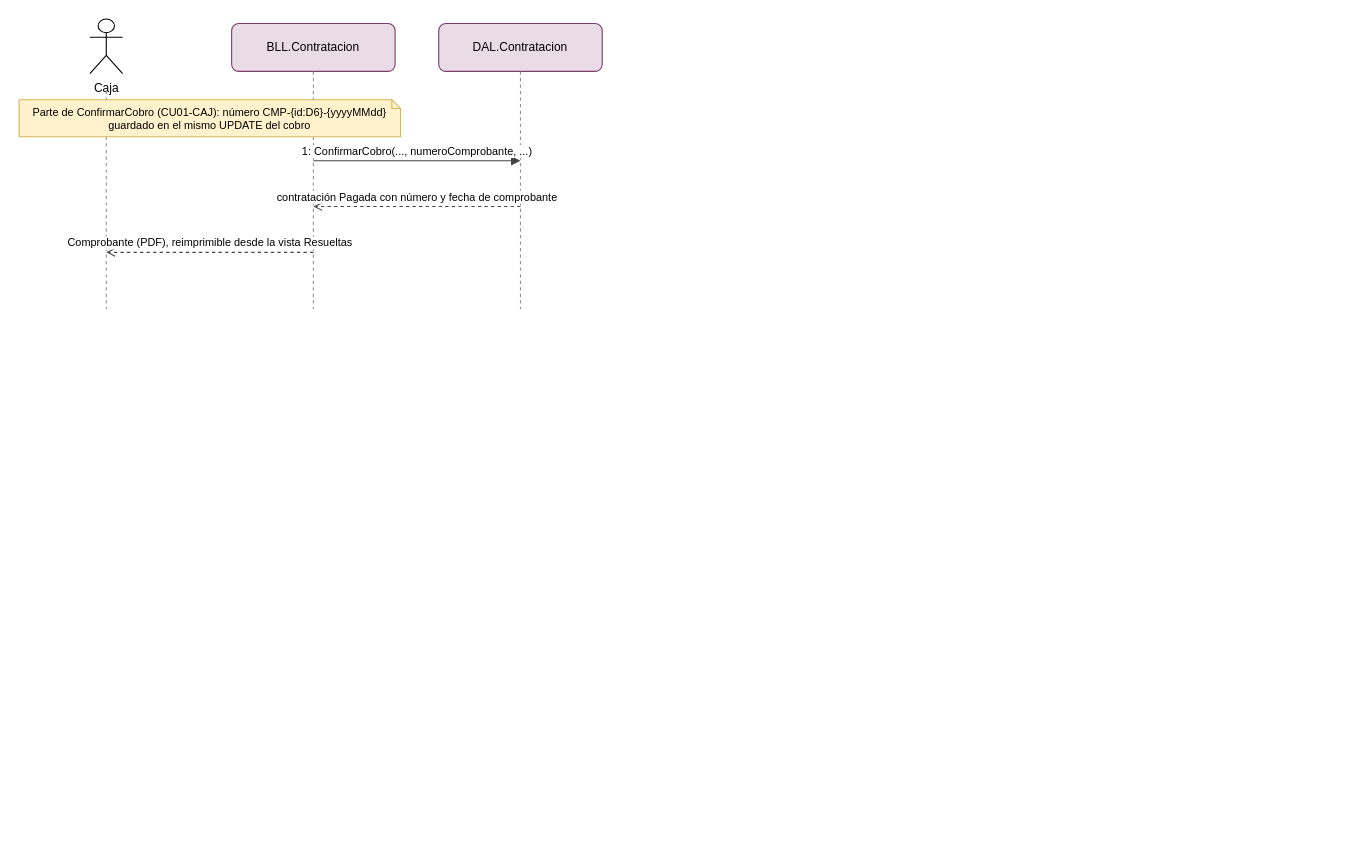
This is docs/diagramas/drawio/DSS_PN02_CU02_CAJ_EmitirComprobante.drawio from valentinamorana/Trabajo-de-Diploma, a draw.io file, before an edit. Source tidied: cells renumbered, new cells numbered last; positions are measured from the earlier drawing's top-left corner, leaving out a move shared by most shapes. Both pictures are drawn from the tidied source at 109%, with x=0, y=0 at pixel (19, 19).
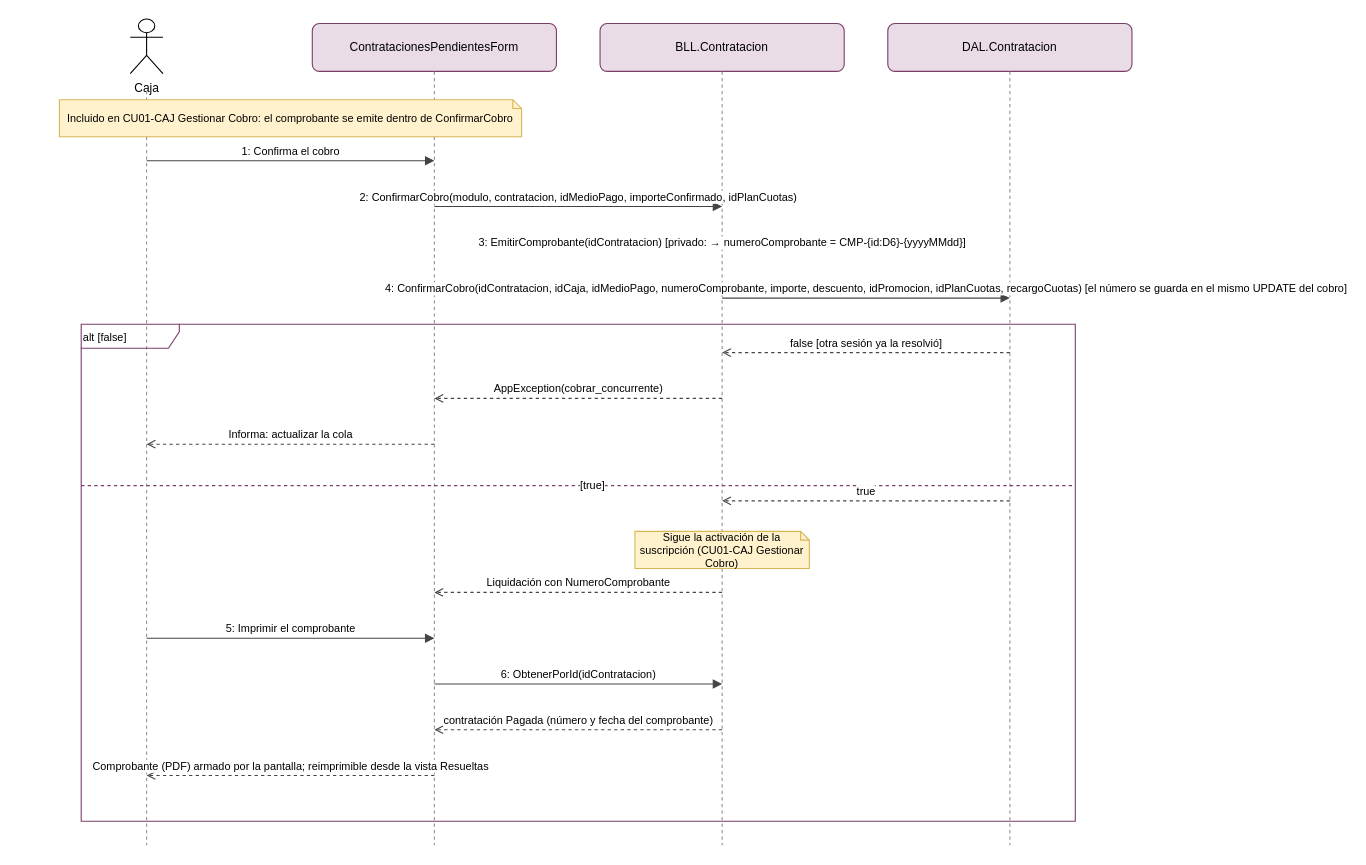
The same diagram, later.

The edit, as a diff of the source:
```diff
@@
     <mxCell id="2" value="Caja" style="shape=umlActor;verticalLabelPosition=bottom;verticalAlign=top;html=1;fontSize=11;" parent="1" vertex="1">
-      <mxGeometry x="65" width="30" height="50" as="geometry" />
+      <mxGeometry x="102" width="30" height="50" as="geometry" />
     </mxCell>
     <mxCell id="3" style="endArrow=none;dashed=1;html=1;strokeColor=#9a8a96;" parent="1" edge="1">
       <mxGeometry relative="1" as="geometry">
-        <mxPoint x="80" y="66" as="sourcePoint" />
-        <mxPoint x="80" y="266" as="targetPoint" />
+        <mxPoint x="117" y="66" as="sourcePoint" />
+        <mxPoint x="117" y="758" as="targetPoint" />
       </mxGeometry>
     </mxCell>
-    <mxCell id="4" value="BLL.Contratacion" style="rounded=1;whiteSpace=wrap;html=1;fillColor=#EADCE6;strokeColor=#7a3d68;fontSize=11;" parent="1" vertex="1">
-      <mxGeometry x="195" y="4" width="150" height="44" as="geometry" />
+    <mxCell id="4" value="ContratacionesPendientesForm" style="rounded=1;whiteSpace=wrap;html=1;fillColor=#EADCE6;strokeColor=#7a3d68;fontSize=11;" parent="1" vertex="1">
+      <mxGeometry x="269" y="4" width="224" height="44" as="geometry" />
     </mxCell>
     <mxCell id="5" style="endArrow=none;dashed=1;html=1;strokeColor=#9a8a96;" parent="1" edge="1">
       <mxGeometry relative="1" as="geometry">
-        <mxPoint x="270" y="48" as="sourcePoint" />
-        <mxPoint x="270" y="266" as="targetPoint" />
+        <mxPoint x="381" y="48" as="sourcePoint" />
+        <mxPoint x="381" y="758" as="targetPoint" />
       </mxGeometry>
     </mxCell>
-    <mxCell id="6" value="DAL.Contratacion" style="rounded=1;whiteSpace=wrap;html=1;fillColor=#EADCE6;strokeColor=#7a3d68;fontSize=11;" parent="1" vertex="1">
-      <mxGeometry x="385" y="4" width="150" height="44" as="geometry" />
+    <mxCell id="6" value="BLL.Contratacion" style="rounded=1;whiteSpace=wrap;html=1;fillColor=#EADCE6;strokeColor=#7a3d68;fontSize=11;" parent="1" vertex="1">
+      <mxGeometry x="533" y="4" width="224" height="44" as="geometry" />
     </mxCell>
     <mxCell id="7" style="endArrow=none;dashed=1;html=1;strokeColor=#9a8a96;" parent="1" edge="1">
       <mxGeometry relative="1" as="geometry">
-        <mxPoint x="460" y="48" as="sourcePoint" />
-        <mxPoint x="460" y="266" as="targetPoint" />
+        <mxPoint x="645" y="48" as="sourcePoint" />
+        <mxPoint x="645" y="758" as="targetPoint" />
       </mxGeometry>
     </mxCell>
-    <mxCell id="8" value="Parte de ConfirmarCobro (CU01-CAJ): número CMP-{id:D6}-{yyyyMMdd} guardado en el mismo UPDATE del cobro" style="shape=note;whiteSpace=wrap;html=1;fillColor=#FFF2CC;strokeColor=#d6b656;fontSize=10;size=8;" parent="1" vertex="1">
-      <mxGeometry y="74" width="350" height="34" as="geometry" />
+    <mxCell id="8" value="DAL.Contratacion" style="rounded=1;whiteSpace=wrap;html=1;fillColor=#EADCE6;strokeColor=#7a3d68;fontSize=11;" parent="1" vertex="1">
+      <mxGeometry x="797" y="4" width="224" height="44" as="geometry" />
     </mxCell>
-    <mxCell id="9" value="1: ConfirmarCobro(..., numeroComprobante, ...)" style="html=1;verticalAlign=bottom;endArrow=block;endFill=1;fontSize=10;strokeColor=#444;" parent="1" edge="1">
+    <mxCell id="9" style="endArrow=none;dashed=1;html=1;strokeColor=#9a8a96;" parent="1" edge="1">
       <mxGeometry relative="1" as="geometry">
-        <mxPoint x="270" y="130" as="sourcePoint" />
-        <mxPoint x="460" y="130" as="targetPoint" />
+        <mxPoint x="909" y="48" as="sourcePoint" />
+        <mxPoint x="909" y="758" as="targetPoint" />
       </mxGeometry>
     </mxCell>
-    <mxCell id="10" value="contratación Pagada con número y fecha de comprobante" style="html=1;verticalAlign=bottom;endArrow=open;endFill=0;dashed=1;fontSize=10;strokeColor=#444;" parent="1" edge="1">
-      <mxGeometry relative="1" as="geometry">
-        <mxPoint x="460" y="172" as="sourcePoint" />
-        <mxPoint x="270" y="172" as="targetPoint" />
-      </mxGeometry>
+    <mxCell id="10" value="alt [false]" style="shape=umlFrame;whiteSpace=wrap;html=1;fillColor=none;strokeColor=#7a3d68;align=left;verticalAlign=top;fontSize=10;width=90;height=22;" parent="1" vertex="1">
+      <mxGeometry x="57" y="280" width="912" height="456" as="geometry" />
     </mxCell>
-    <mxCell id="11" value="Comprobante (PDF), reimprimible desde la vista Resueltas" style="html=1;verticalAlign=bottom;endArrow=open;endFill=0;dashed=1;fontSize=10;strokeColor=#444;" parent="1" edge="1">
+    <mxCell id="11" value="[true]" style="endArrow=none;dashed=1;html=1;fontSize=10;align=left;strokeColor=#7a3d68;" parent="1" edge="1">
       <mxGeometry relative="1" as="geometry">
-        <mxPoint x="270" y="214" as="sourcePoint" />
-        <mxPoint x="80" y="214" as="targetPoint" />
+        <mxPoint x="57" y="428" as="sourcePoint" />
+        <mxPoint x="969" y="428" as="targetPoint" />
       </mxGeometry>
     </mxCell>
+    <mxCell id="12" value="Incluido en CU01-CAJ Gestionar Cobro: el comprobante se emite dentro de ConfirmarCobro" style="shape=note;whiteSpace=wrap;html=1;fillColor=#FFF2CC;strokeColor=#d6b656;fontSize=10;size=8;" parent="1" vertex="1">
+      <mxGeometry x="37" y="74" width="424" height="34" as="geometry" />
+    </mxCell>
+    <mxCell id="13" value="Sigue la activación de la suscripción (CU01-CAJ Gestionar Cobro)" style="shape=note;whiteSpace=wrap;html=1;fillColor=#FFF2CC;strokeColor=#d6b656;fontSize=10;size=8;" parent="1" vertex="1">
+      <mxGeometry x="565" y="470" width="160" height="34" as="geometry" />
+    </mxCell>
+    <mxCell id="14" value="1: Confirma el cobro" style="html=1;verticalAlign=bottom;endArrow=block;endFill=1;fontSize=10;strokeColor=#444;" parent="1" edge="1">
+      <mxGeometry relative="1" as="geometry">
+        <mxPoint x="117" y="130" as="sourcePoint" />
+        <mxPoint x="381" y="130" as="targetPoint" />
+      </mxGeometry>
+    </mxCell>
+    <mxCell id="15" value="2: ConfirmarCobro(modulo, contratacion, idMedioPago, importeConfirmado, idPlanCuotas)" style="html=1;verticalAlign=bottom;endArrow=block;endFill=1;fontSize=10;strokeColor=#444;" parent="1" edge="1">
+      <mxGeometry relative="1" as="geometry">
+        <mxPoint x="381" y="172" as="sourcePoint" />
+        <mxPoint x="645" y="172" as="targetPoint" />
+      </mxGeometry>
+    </mxCell>
+    <mxCell id="16" value="3: EmitirComprobante(idContratacion)  [privado: → numeroComprobante = CMP-{id:D6}-{yyyyMMdd}]" style="html=1;verticalAlign=bottom;endArrow=block;endFill=1;fontSize=10;strokeColor=#444;" parent="1" edge="1">
+      <mxGeometry relative="1" as="geometry">
+        <mxPoint x="645" y="214" as="sourcePoint" />
+        <mxPoint x="645" y="214" as="targetPoint" />
+      </mxGeometry>
+    </mxCell>
+    <mxCell id="17" value="4: ConfirmarCobro(idContratacion, idCaja, idMedioPago, numeroComprobante, importe, descuento, idPromocion, idPlanCuotas, recargoCuotas)  [el número se guarda en el mismo UPDATE del cobro]" style="html=1;verticalAlign=bottom;endArrow=block;endFill=1;fontSize=10;strokeColor=#444;" parent="1" edge="1">
+      <mxGeometry relative="1" as="geometry">
+        <mxPoint x="645" y="256" as="sourcePoint" />
+        <mxPoint x="909" y="256" as="targetPoint" />
+      </mxGeometry>
+    </mxCell>
+    <mxCell id="18" value="false  [otra sesión ya la resolvió]" style="html=1;verticalAlign=bottom;endArrow=open;endFill=0;dashed=1;fontSize=10;strokeColor=#444;" parent="1" edge="1">
+      <mxGeometry relative="1" as="geometry">
+        <mxPoint x="909" y="306" as="sourcePoint" />
+        <mxPoint x="645" y="306" as="targetPoint" />
+      </mxGeometry>
+    </mxCell>
+    <mxCell id="19" value="AppException(cobrar_concurrente)" style="html=1;verticalAlign=bottom;endArrow=open;endFill=0;dashed=1;fontSize=10;strokeColor=#444;" parent="1" edge="1">
+      <mxGeometry relative="1" as="geometry">
+        <mxPoint x="645" y="348" as="sourcePoint" />
+        <mxPoint x="381" y="348" as="targetPoint" />
+      </mxGeometry>
+    </mxCell>
+    <mxCell id="20" value="Informa: actualizar la cola" style="html=1;verticalAlign=bottom;endArrow=open;endFill=0;dashed=1;fontSize=10;strokeColor=#444;" parent="1" edge="1">
+      <mxGeometry relative="1" as="geometry">
+        <mxPoint x="381" y="390" as="sourcePoint" />
+        <mxPoint x="117" y="390" as="targetPoint" />
+      </mxGeometry>
+    </mxCell>
+    <mxCell id="21" value="true" style="html=1;verticalAlign=bottom;endArrow=open;endFill=0;dashed=1;fontSize=10;strokeColor=#444;" parent="1" edge="1">
+      <mxGeometry relative="1" as="geometry">
+        <mxPoint x="909" y="442" as="sourcePoint" />
+        <mxPoint x="645" y="442" as="targetPoint" />
+      </mxGeometry>
+    </mxCell>
+    <mxCell id="22" value="Liquidación con NumeroComprobante" style="html=1;verticalAlign=bottom;endArrow=open;endFill=0;dashed=1;fontSize=10;strokeColor=#444;" parent="1" edge="1">
+      <mxGeometry relative="1" as="geometry">
+        <mxPoint x="645" y="526" as="sourcePoint" />
+        <mxPoint x="381" y="526" as="targetPoint" />
+      </mxGeometry>
+    </mxCell>
+    <mxCell id="23" value="5: Imprimir el comprobante" style="html=1;verticalAlign=bottom;endArrow=block;endFill=1;fontSize=10;strokeColor=#444;" parent="1" edge="1">
+      <mxGeometry relative="1" as="geometry">
+        <mxPoint x="117" y="568" as="sourcePoint" />
+        <mxPoint x="381" y="568" as="targetPoint" />
+      </mxGeometry>
+    </mxCell>
+    <mxCell id="24" value="6: ObtenerPorId(idContratacion)" style="html=1;verticalAlign=bottom;endArrow=block;endFill=1;fontSize=10;strokeColor=#444;" parent="1" edge="1">
+      <mxGeometry relative="1" as="geometry">
+        <mxPoint x="381" y="610" as="sourcePoint" />
+        <mxPoint x="645" y="610" as="targetPoint" />
+      </mxGeometry>
+    </mxCell>
+    <mxCell id="25" value="contratación Pagada (número y fecha del comprobante)" style="html=1;verticalAlign=bottom;endArrow=open;endFill=0;dashed=1;fontSize=10;strokeColor=#444;" parent="1" edge="1">
+      <mxGeometry relative="1" as="geometry">
+        <mxPoint x="645" y="652" as="sourcePoint" />
+        <mxPoint x="381" y="652" as="targetPoint" />
+      </mxGeometry>
+    </mxCell>
+    <mxCell id="26" value="Comprobante (PDF) armado por la pantalla; reimprimible desde la vista Resueltas" style="html=1;verticalAlign=bottom;endArrow=open;endFill=0;dashed=1;fontSize=10;strokeColor=#444;" parent="1" edge="1">
+      <mxGeometry relative="1" as="geometry">
+        <mxPoint x="381" y="694" as="sourcePoint" />
+        <mxPoint x="117" y="694" as="targetPoint" />
+      </mxGeometry>
+    </mxCell>
```
